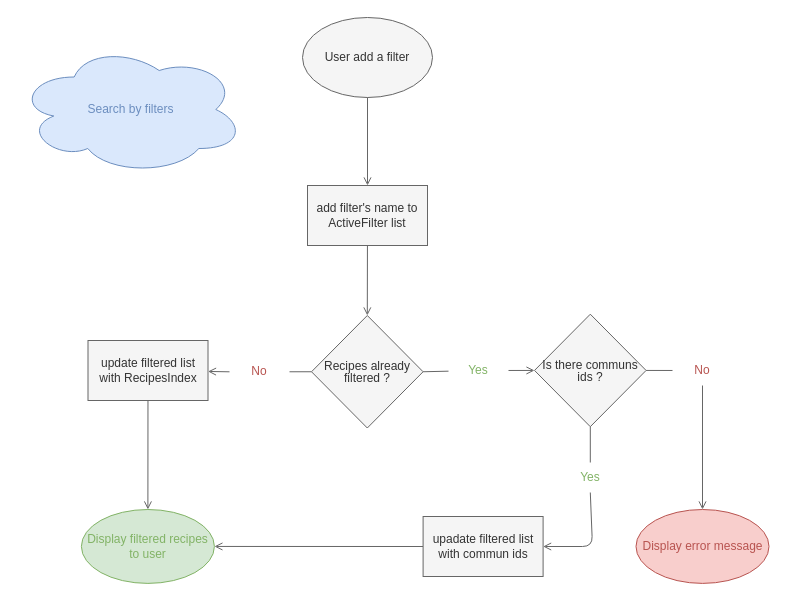
Above: page "filter-search" (2 of 2) of algorigrams.drawio in belaidSolene/les-petits-plats (draw.io), before the change. Source tidied: cells renumbered, new cells numbered last; positions are measured from the earlier drawing's top-left corner, leaving out a move shared by most shapes. Both pictures are drawn from the tidied source at 100%, with x=0, y=0 at pixel (17, 17).
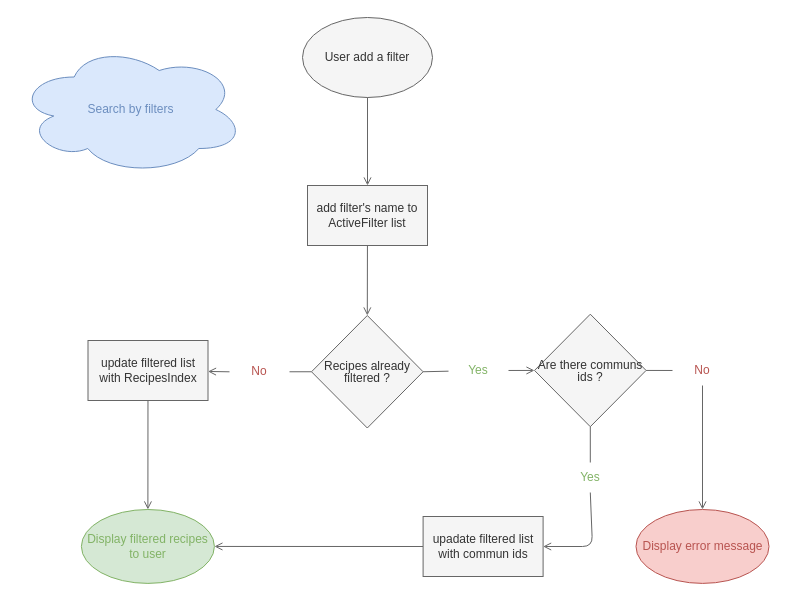
The same diagram, later.

Change to the diagram source:
```diff
@@
-    <mxCell id="20" value="&lt;div style=&quot;line-height: 100%;&quot;&gt;&lt;span style=&quot;background-color: initial;&quot;&gt;Is there communs ids ?&lt;/span&gt;&lt;/div&gt;" style="rhombus;whiteSpace=wrap;html=1;fillColor=#f5f5f5;fontColor=#333333;strokeColor=#666666;align=center;" parent="1" vertex="1">
+    <mxCell id="20" value="&lt;div style=&quot;line-height: 100%;&quot;&gt;&lt;span style=&quot;background-color: initial;&quot;&gt;Are there communs ids ?&lt;/span&gt;&lt;/div&gt;" style="rhombus;whiteSpace=wrap;html=1;fillColor=#f5f5f5;fontColor=#333333;strokeColor=#666666;align=center;" parent="1" vertex="1">
       <mxGeometry x="517" y="296.7" width="111.6" height="112.5" as="geometry" />
     </mxCell>
```
